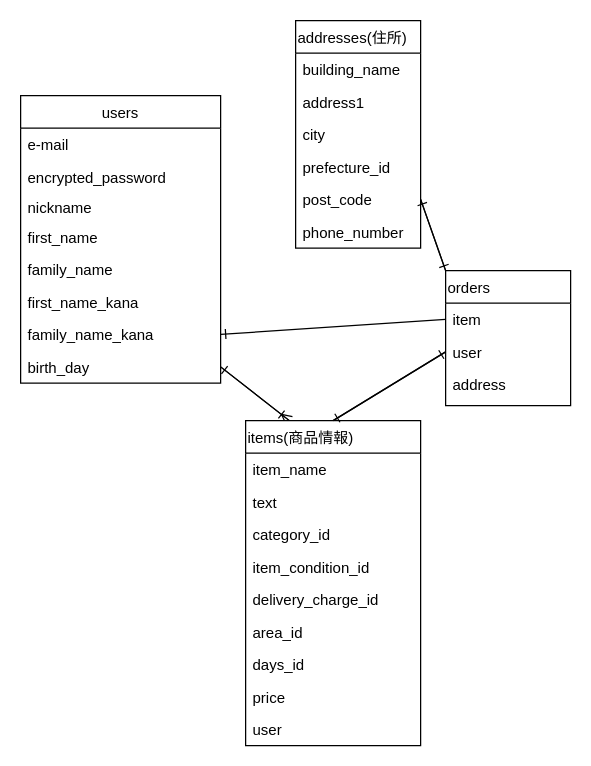
Above: furuma.dio in oraiber/furima-37233 (draw.io), before the change. Source tidied: cells renumbered, new cells numbered last; positions are measured from the earlier drawing's top-left corner, leaving out a move shared by most shapes. Both pictures are drawn from the tidied source at 125%, with x=0, y=0 at pixel (20, 20).
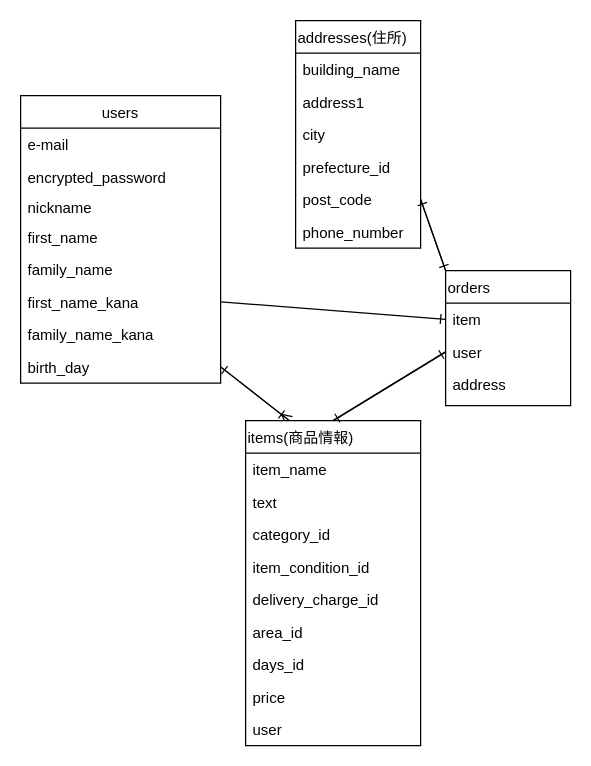
Above is the later version.

The change refers to these unchanged cells:
```xml
<mxCell id="8" value="first_name_kana" style="text;strokeColor=none;fillColor=none;align=left;verticalAlign=top;spacingLeft=4;spacingRight=4;overflow=hidden;points=[[0,0.5],[1,0.5]];portConstraint=eastwest;" parent="2" vertex="1">
  <mxGeometry y="152" width="160" height="26" as="geometry" />
</mxCell>
<mxCell id="9" value="family_name_kana" style="text;strokeColor=none;fillColor=none;align=left;verticalAlign=top;spacingLeft=4;spacingRight=4;overflow=hidden;points=[[0,0.5],[1,0.5]];portConstraint=eastwest;" parent="2" vertex="1">
  <mxGeometry y="178" width="160" height="26" as="geometry" />
</mxCell>
<mxCell id="32" value="item" style="text;strokeColor=none;fillColor=none;align=left;verticalAlign=top;spacingLeft=4;spacingRight=4;overflow=hidden;points=[[0,0.5],[1,0.5]];portConstraint=eastwest;" parent="31" vertex="1">
  <mxGeometry y="26" width="100" height="26" as="geometry" />
</mxCell>
```

What changed in the source:
```diff
@@
-    <mxCell id="38" style="edgeStyle=none;html=1;exitX=0;exitY=0.5;exitDx=0;exitDy=0;entryX=1;entryY=0.5;entryDx=0;entryDy=0;endArrow=ERone;endFill=0;" parent="1" edge="1" source="32" target="9">
+    <mxCell id="38" style="edgeStyle=none;html=1;entryX=0;entryY=0.5;entryDx=0;entryDy=0;endArrow=ERone;endFill=0;exitX=1;exitY=0.5;exitDx=0;exitDy=0;" parent="1" edge="1" source="8" target="32">
       <mxGeometry relative="1" as="geometry" />
     </mxCell>
```
